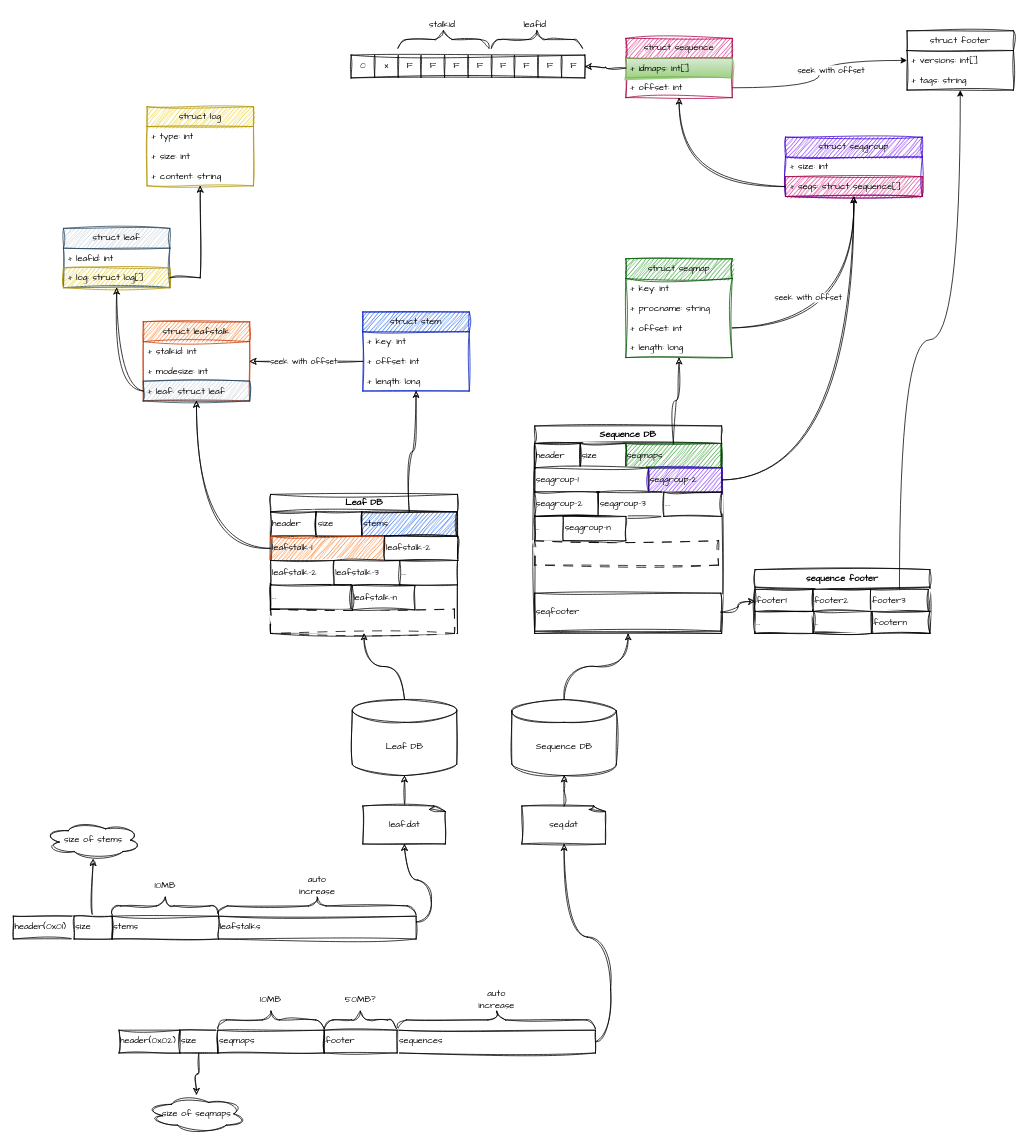
LukeAtTheWorld/LUKE keeps this draw.io diagram as Untitled Diagram.drawio. Above is the earlier version. Source tidied: cells renumbered, new cells numbered last; positions are measured from the earlier drawing's top-left corner, leaving out a move shared by most shapes. Both pictures are drawn from the tidied source at 76%, with x=0, y=0 at pixel (13, 13).
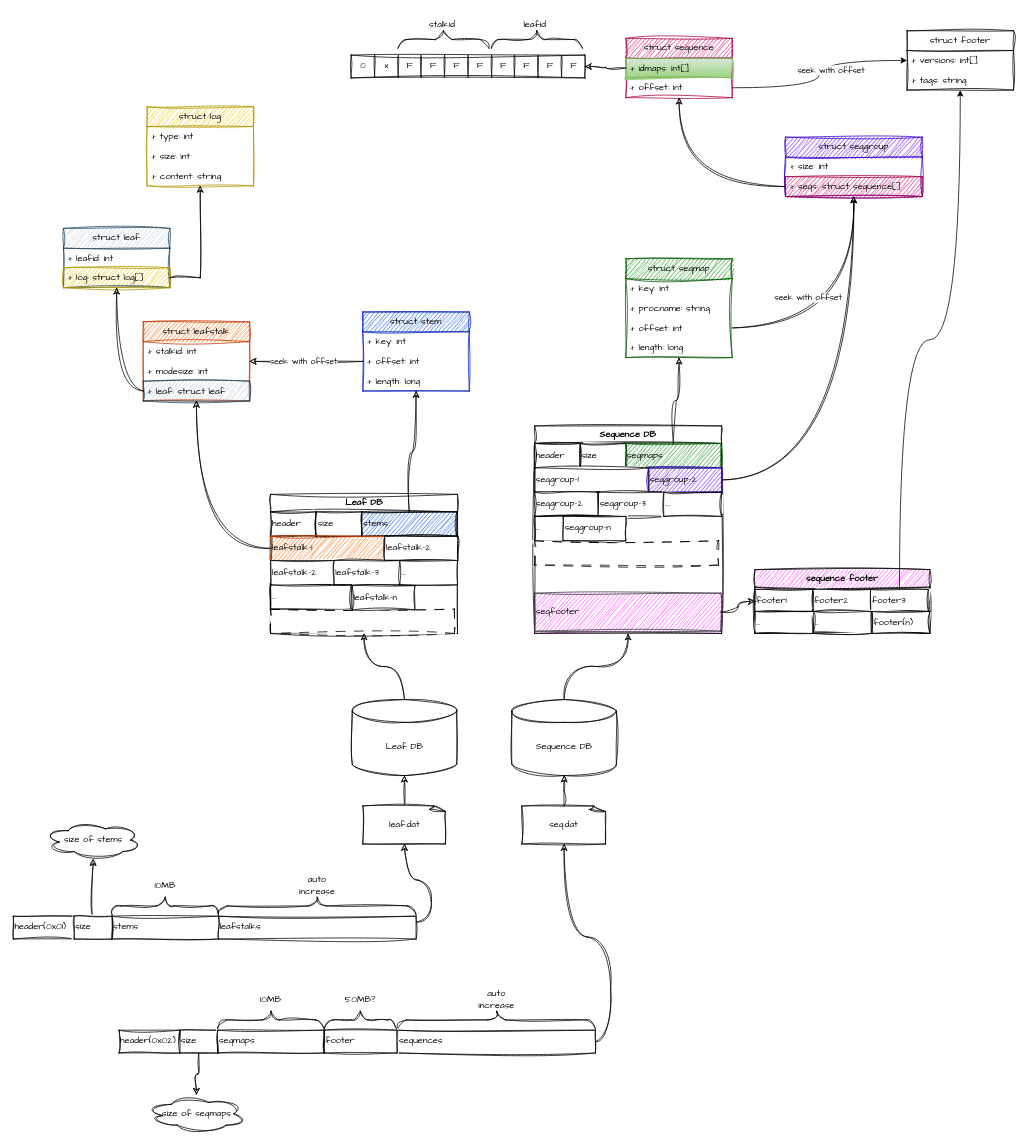
Above is the later version.

Unchanged cells that the change refers to:
```xml
<mxCell id="62" value="Sequence DB" style="swimlane;whiteSpace=wrap;html=1;sketch=1;curveFitting=1;jiggle=2;shadow=0;fontFamily=Comic Sans MS;" parent="1" vertex="1">
  <mxGeometry x="686" y="543" width="246" height="273" as="geometry" />
</mxCell>
```

Diff of the diagram source:
```diff
@@
-    <mxCell id="74" value="seqfooter" style="rounded=0;whiteSpace=wrap;html=1;align=left;sketch=1;curveFitting=1;jiggle=2;shadow=0;fontFamily=Comic Sans MS;" parent="62" vertex="1">
+    <mxCell id="74" value="seqfooter" style="rounded=0;whiteSpace=wrap;html=1;align=left;sketch=1;curveFitting=1;jiggle=2;shadow=0;fontFamily=Comic Sans MS;fillColor=#FF38FF;strokeColor=#36393d;" parent="62" vertex="1">
       <mxGeometry y="220" width="245" height="50" as="geometry" />
     </mxCell>
-    <mxCell id="75" value="sequence footer" style="swimlane;whiteSpace=wrap;html=1;sketch=1;curveFitting=1;jiggle=2;shadow=0;fontFamily=Comic Sans MS;" parent="1" vertex="1">
+    <mxCell id="75" value="sequence footer" style="swimlane;whiteSpace=wrap;html=1;sketch=1;curveFitting=1;jiggle=2;shadow=0;fontFamily=Comic Sans MS;fillColor=#FF38FF;" parent="1" vertex="1">
       <mxGeometry x="976" y="732" width="230" height="84" as="geometry" />
     </mxCell>
@@
-    <mxCell id="81" value="footern" style="rounded=0;whiteSpace=wrap;html=1;align=left;sketch=1;curveFitting=1;jiggle=2;shadow=0;fontFamily=Comic Sans MS;" parent="75" vertex="1">
+    <mxCell id="81" value="footer(n)" style="rounded=0;whiteSpace=wrap;html=1;align=left;sketch=1;curveFitting=1;jiggle=2;shadow=0;fontFamily=Comic Sans MS;" parent="75" vertex="1">
       <mxGeometry x="154" y="55" width="76" height="29" as="geometry" />
     </mxCell>
```
